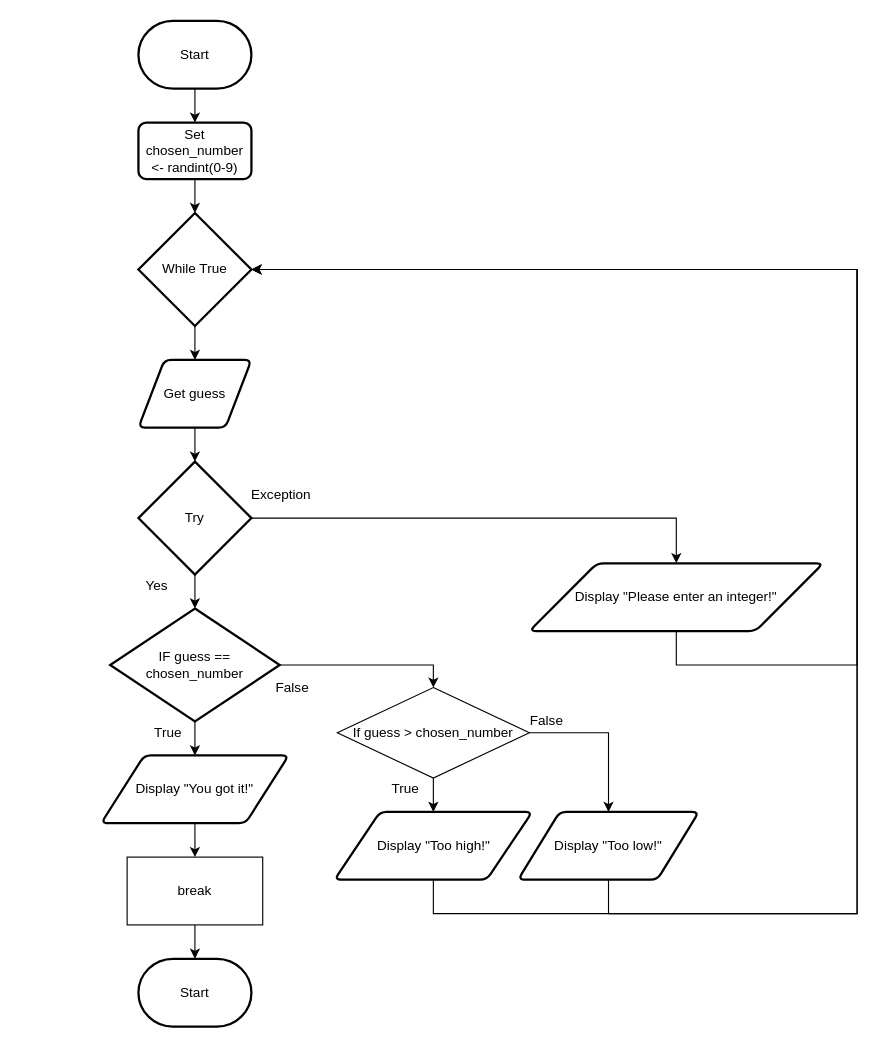
Earlier version of the draw.io diagram page "Flowchart" (1 of 2) of design.drawio (Samuel-Webster-178/ICS3U-Unit4-Unit4-04-Python). Source tidied: cells renumbered, new cells numbered last; positions are measured from the earlier drawing's top-left corner, leaving out a move shared by most shapes. Both pictures are drawn from the tidied source at 113%, with x=0, y=0 at pixel (101, 20).
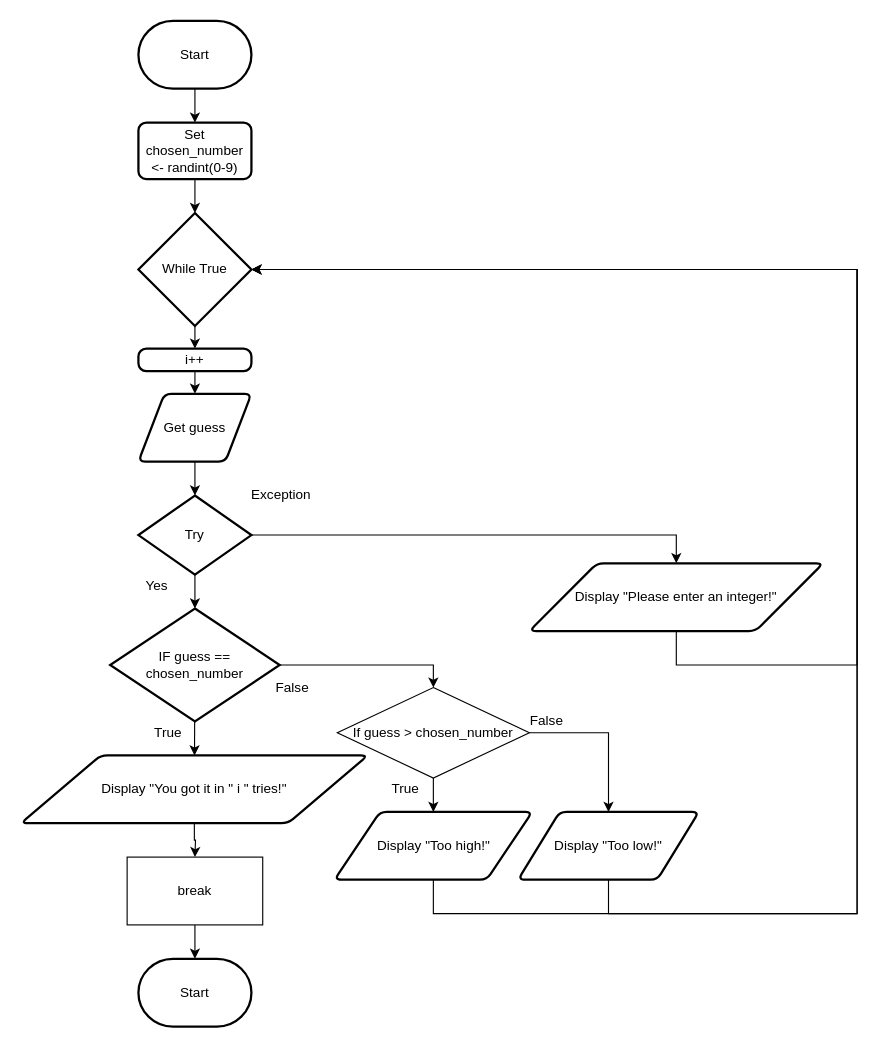
The same page after the edit.

The change refers to these unchanged cells:
```xml
<mxCell id="23" value="While True" style="strokeWidth=2;html=1;shape=mxgraph.flowchart.decision;whiteSpace=wrap;" parent="1" vertex="1">
  <mxGeometry x="33" y="170" width="100" height="100" as="geometry" />
</mxCell>
```

What changed in the source:
```diff
@@
-    <mxCell id="4" value="Get guess" style="shape=parallelogram;html=1;strokeWidth=2;perimeter=parallelogramPerimeter;whiteSpace=wrap;rounded=1;arcSize=12;size=0.23;" parent="1" vertex="1">
-      <mxGeometry x="33" y="300" width="100" height="60" as="geometry" />
-    </mxCell>
@@
-    <mxCell id="6" value="Display &quot;You got it!&quot;" style="shape=parallelogram;html=1;strokeWidth=2;perimeter=parallelogramPerimeter;whiteSpace=wrap;rounded=1;arcSize=12;size=0.23;" parent="1" vertex="1">
-      <mxGeometry y="650" width="166" height="60" as="geometry" />
+    <mxCell id="6" value="Display &quot;You got it in &quot; i &quot; tries!&quot;" style="shape=parallelogram;html=1;strokeWidth=2;perimeter=parallelogramPerimeter;whiteSpace=wrap;rounded=1;arcSize=12;size=0.23;" parent="1" vertex="1">
+      <mxGeometry x="-71" y="650" width="307" height="60" as="geometry" />
     </mxCell>
@@
     <mxCell id="16" value="Try" style="strokeWidth=2;html=1;shape=mxgraph.flowchart.decision;whiteSpace=wrap;" parent="1" vertex="1">
-      <mxGeometry x="33" y="390" width="100" height="100" as="geometry" />
+      <mxGeometry x="33" y="420" width="100" height="70" as="geometry" />
     </mxCell>
@@
-    <mxCell id="21" style="edgeStyle=none;html=1;" parent="1" edge="1" target="16">
-      <mxGeometry relative="1" as="geometry">
-        <mxPoint x="83" y="360" as="sourcePoint" />
-      </mxGeometry>
+    <mxCell id="21" style="edgeStyle=none;html=1;startArrow=none;" parent="1" edge="1" source="4" target="16">
+      <mxGeometry relative="1" as="geometry" />
     </mxCell>
-    <mxCell id="22" style="edgeStyle=none;html=1;" parent="1" edge="1" source="23" target="4">
-      <mxGeometry relative="1" as="geometry" />
-    </mxCell>
+    <mxCell id="36" style="edgeStyle=none;html=1;" parent="1" edge="1" source="23" target="39">
+      <mxGeometry relative="1" as="geometry" />
+    </mxCell>
@@
+    <mxCell id="4" value="Get guess" style="shape=parallelogram;html=1;strokeWidth=2;perimeter=parallelogramPerimeter;whiteSpace=wrap;rounded=1;arcSize=12;size=0.23;" parent="1" vertex="1">
+      <mxGeometry x="33" y="330" width="100" height="60" as="geometry" />
+    </mxCell>
+    <mxCell id="37" style="edgeStyle=none;html=1;endArrow=none;" parent="1" edge="1" target="4">
+      <mxGeometry relative="1" as="geometry">
+        <mxPoint x="83" y="360" as="sourcePoint" />
+      </mxGeometry>
+    </mxCell>
+    <mxCell id="38" style="edgeStyle=none;html=1;" parent="1" edge="1" source="39" target="4">
+      <mxGeometry relative="1" as="geometry" />
+    </mxCell>
+    <mxCell id="39" value="i++" style="rounded=1;whiteSpace=wrap;html=1;absoluteArcSize=1;arcSize=14;strokeWidth=2;" parent="1" vertex="1">
+      <mxGeometry x="33" y="290" width="100" height="20" as="geometry" />
+    </mxCell>
```
